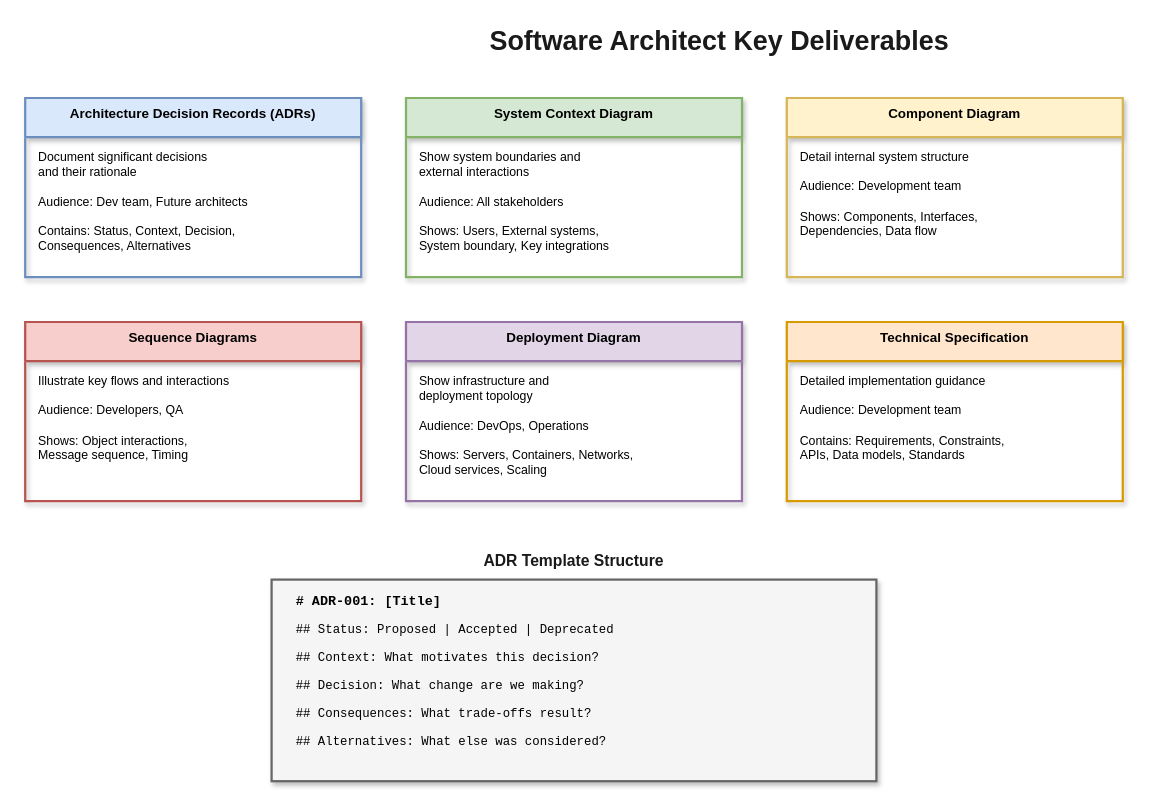
This is lesson-00-software-architect-overview/01-how-a-software-architect-works/1.3-key-deliverables.drawio from MrParkerZ7/document-lesson-software-architect-x-claude, a draw.io file, before an edit. Source tidied: cells renumbered, new cells numbered last; positions are measured from the earlier drawing's top-left corner, leaving out a move shared by most shapes. Both pictures are drawn from the tidied source at 112%, with x=0, y=0 at pixel (25, 19).
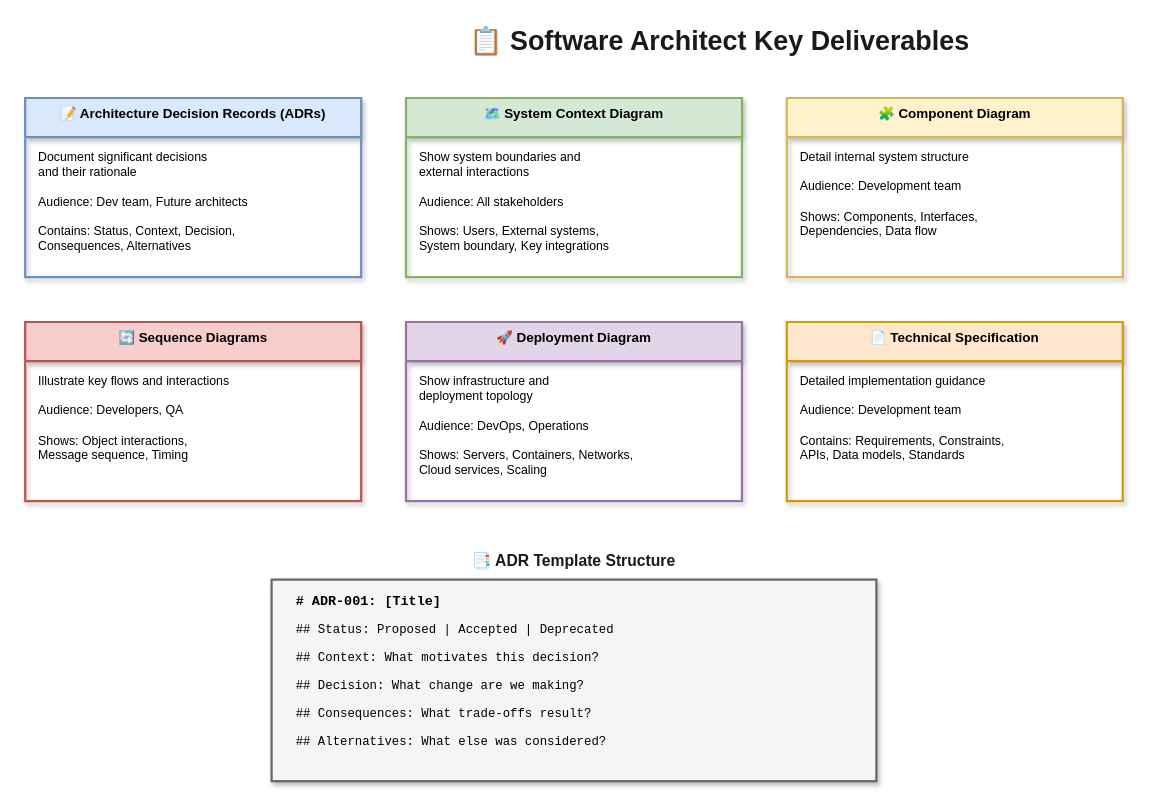
Above is the later version.

Diff of the diagram source:
```diff
@@
-    <mxCell id="2" value="Software Architect Key Deliverables" style="text;html=1;strokeColor=none;fillColor=none;align=center;verticalAlign=middle;whiteSpace=wrap;rounded=0;fontSize=24;fontStyle=1;fontColor=#1a1a1a;" parent="1" vertex="1">
+    <mxCell id="2" value="📋 Software Architect Key Deliverables" style="text;html=1;strokeColor=none;fillColor=none;align=center;verticalAlign=middle;whiteSpace=wrap;rounded=0;fontSize=24;fontStyle=1;fontColor=#1a1a1a;" parent="1" vertex="1">
       <mxGeometry x="370" width="500" height="40" as="geometry" />
     </mxCell>
-    <mxCell id="3" value="Architecture Decision Records (ADRs)" style="swimlane;fontStyle=1;align=center;verticalAlign=top;horizontal=1;startSize=35;fillColor=#dae8fc;strokeColor=#6c8ebf;fontSize=12;rounded=0;shadow=1;strokeWidth=2;" parent="1" vertex="1">
+    <mxCell id="3" value="📝 Architecture Decision Records (ADRs)" style="swimlane;fontStyle=1;align=center;verticalAlign=top;horizontal=1;startSize=35;fillColor=#dae8fc;strokeColor=#6c8ebf;fontSize=12;rounded=0;shadow=1;strokeWidth=2;" parent="1" vertex="1">
       <mxGeometry y="70" width="300" height="160" as="geometry" />
     </mxCell>
@@
-    <mxCell id="5" value="System Context Diagram" style="swimlane;fontStyle=1;align=center;verticalAlign=top;horizontal=1;startSize=35;fillColor=#d5e8d4;strokeColor=#82b366;fontSize=12;rounded=0;shadow=1;strokeWidth=2;" parent="1" vertex="1">
+    <mxCell id="5" value="🗺️ System Context Diagram" style="swimlane;fontStyle=1;align=center;verticalAlign=top;horizontal=1;startSize=35;fillColor=#d5e8d4;strokeColor=#82b366;fontSize=12;rounded=0;shadow=1;strokeWidth=2;" parent="1" vertex="1">
       <mxGeometry x="340" y="70" width="300" height="160" as="geometry" />
     </mxCell>
@@
-    <mxCell id="7" value="Component Diagram" style="swimlane;fontStyle=1;align=center;verticalAlign=top;horizontal=1;startSize=35;fillColor=#fff2cc;strokeColor=#d6b656;fontSize=12;rounded=0;shadow=1;strokeWidth=2;" parent="1" vertex="1">
+    <mxCell id="7" value="🧩 Component Diagram" style="swimlane;fontStyle=1;align=center;verticalAlign=top;horizontal=1;startSize=35;fillColor=#fff2cc;strokeColor=#d6b656;fontSize=12;rounded=0;shadow=1;strokeWidth=2;" parent="1" vertex="1">
       <mxGeometry x="680" y="70" width="300" height="160" as="geometry" />
     </mxCell>
@@
-    <mxCell id="9" value="Sequence Diagrams" style="swimlane;fontStyle=1;align=center;verticalAlign=top;horizontal=1;startSize=35;fillColor=#f8cecc;strokeColor=#b85450;fontSize=12;rounded=0;shadow=1;strokeWidth=2;" parent="1" vertex="1">
+    <mxCell id="9" value="🔄 Sequence Diagrams" style="swimlane;fontStyle=1;align=center;verticalAlign=top;horizontal=1;startSize=35;fillColor=#f8cecc;strokeColor=#b85450;fontSize=12;rounded=0;shadow=1;strokeWidth=2;" parent="1" vertex="1">
       <mxGeometry y="270" width="300" height="160" as="geometry" />
     </mxCell>
@@
-    <mxCell id="11" value="Deployment Diagram" style="swimlane;fontStyle=1;align=center;verticalAlign=top;horizontal=1;startSize=35;fillColor=#e1d5e7;strokeColor=#9673a6;fontSize=12;rounded=0;shadow=1;strokeWidth=2;" parent="1" vertex="1">
+    <mxCell id="11" value="🚀 Deployment Diagram" style="swimlane;fontStyle=1;align=center;verticalAlign=top;horizontal=1;startSize=35;fillColor=#e1d5e7;strokeColor=#9673a6;fontSize=12;rounded=0;shadow=1;strokeWidth=2;" parent="1" vertex="1">
       <mxGeometry x="340" y="270" width="300" height="160" as="geometry" />
     </mxCell>
@@
-    <mxCell id="13" value="Technical Specification" style="swimlane;fontStyle=1;align=center;verticalAlign=top;horizontal=1;startSize=35;fillColor=#ffe6cc;strokeColor=#d79b00;fontSize=12;rounded=0;shadow=1;strokeWidth=2;" parent="1" vertex="1">
+    <mxCell id="13" value="📄 Technical Specification" style="swimlane;fontStyle=1;align=center;verticalAlign=top;horizontal=1;startSize=35;fillColor=#ffe6cc;strokeColor=#d79b00;fontSize=12;rounded=0;shadow=1;strokeWidth=2;" parent="1" vertex="1">
       <mxGeometry x="680" y="270" width="300" height="160" as="geometry" />
     </mxCell>
@@
-    <mxCell id="15" value="ADR Template Structure" style="text;html=1;strokeColor=none;fillColor=none;align=center;verticalAlign=middle;whiteSpace=wrap;rounded=0;fontSize=14;fontStyle=1;fontColor=#1a1a1a;" parent="1" vertex="1">
+    <mxCell id="15" value="📑 ADR Template Structure" style="text;html=1;strokeColor=none;fillColor=none;align=center;verticalAlign=middle;whiteSpace=wrap;rounded=0;fontSize=14;fontStyle=1;fontColor=#1a1a1a;" parent="1" vertex="1">
       <mxGeometry x="340" y="470" width="300" height="25" as="geometry" />
     </mxCell>
```
